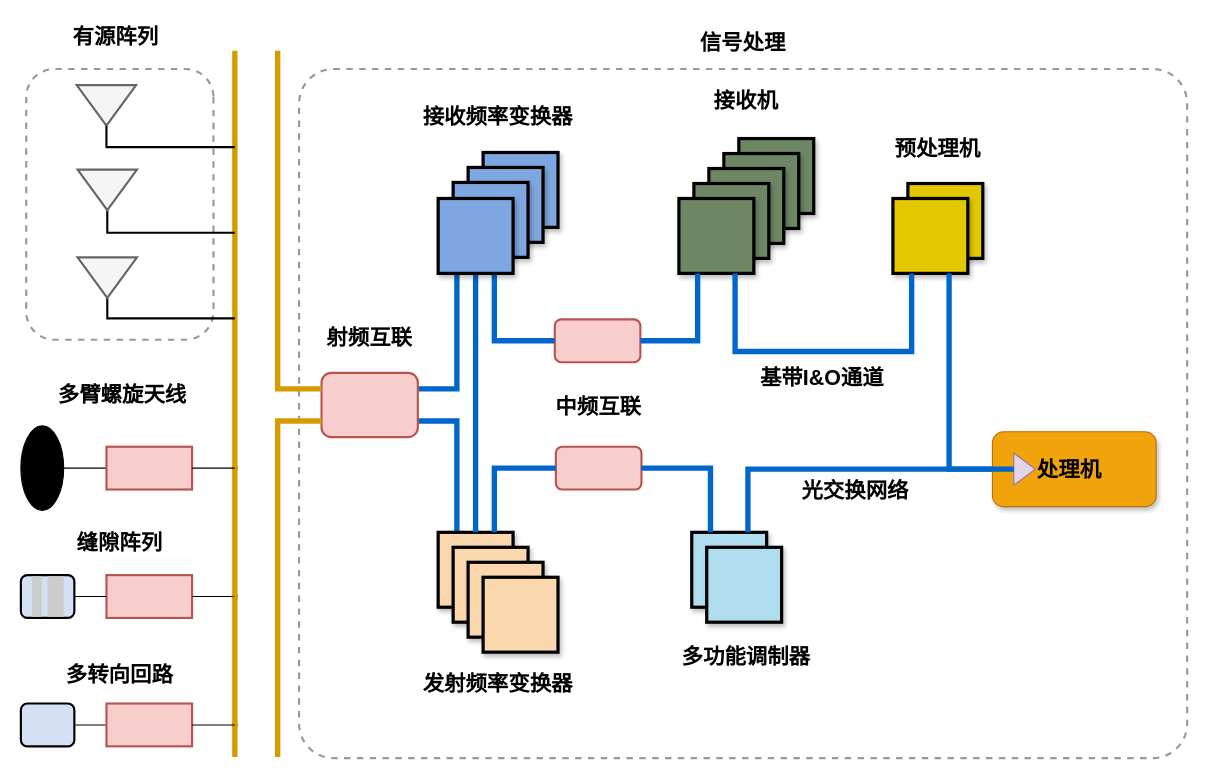
Before: 综合射频系统.drawio in debeetle/Drawio, a draw.io diagram. Source tidied: cells renumbered, new cells numbered last; positions are measured from the earlier drawing's top-left corner, leaving out a move shared by most shapes. Both pictures are drawn from the tidied source at 107%, with x=0, y=0 at pixel (20, 18).
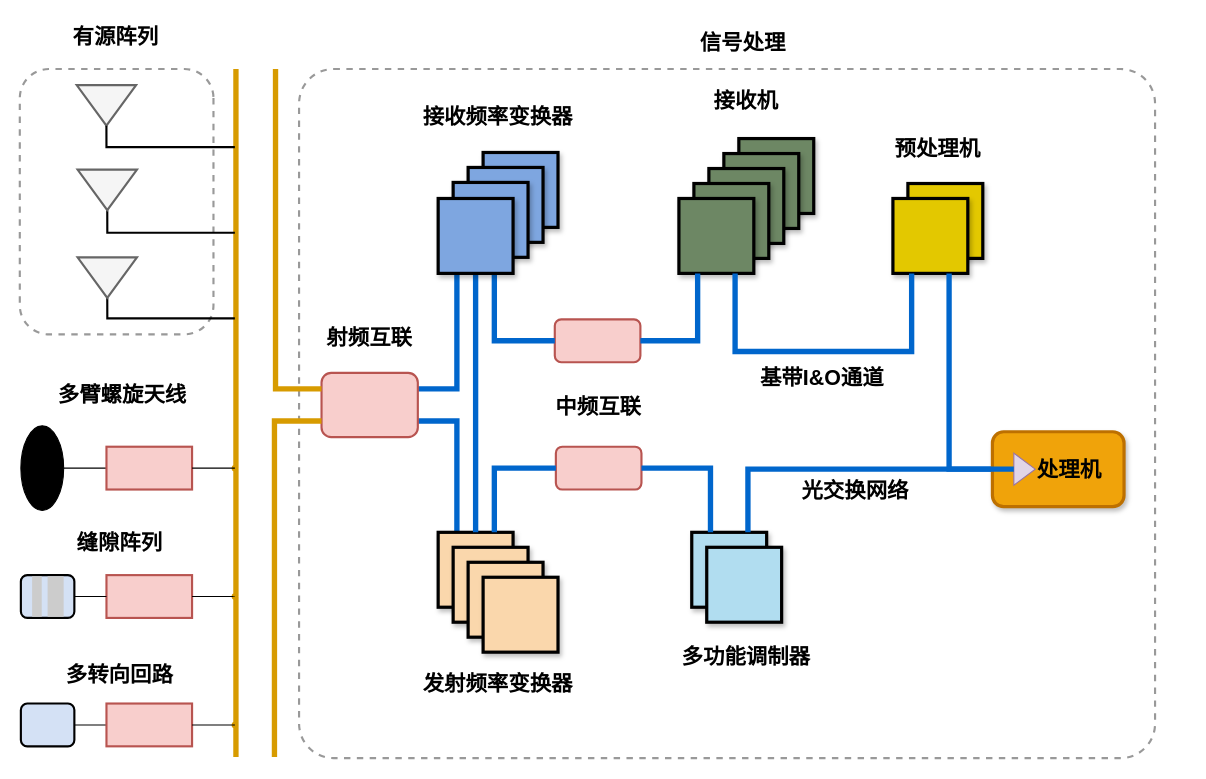
The same page after the edit.

Commit message (it also covers changes not shown here):
更新综合射频系统.drawio

Unchanged cells that the change refers to:
```xml
<mxCell id="9" style="rounded=1;fillColor=#f8cecc;strokeWidth=2;strokeColor=#b85450;fontFamily=simsun;labelBackgroundColor=none;fontSize=20;fontStyle=1;gradientColor=none;gradientDirection=east;glass=0;" parent="1" vertex="1">
  <mxGeometry x="281" y="331" width="90" height="60" as="geometry" />
</mxCell>
<mxCell id="63" style="shape=waypoint;sketch=0;fillStyle=solid;size=6;points=[];fillColor=#ffe6cc;perimeter=centerPerimeter;snapToPoint=1;strokeColor=#d79b00;fontFamily=simsun;labelBackgroundColor=none;fontSize=20;fontStyle=1;" parent="1" vertex="1">
  <mxGeometry x="190" y="530" width="20" height="20" as="geometry" />
</mxCell>
<mxCell id="68" style="shape=waypoint;sketch=0;fillStyle=solid;size=6;points=[];fillColor=#ffe6cc;perimeter=centerPerimeter;snapToPoint=1;strokeColor=#d79b00;fontFamily=simsun;labelBackgroundColor=none;fontSize=20;fontStyle=1;" parent="1" vertex="1">
  <mxGeometry x="190" y="410" width="20" height="20" as="geometry" />
</mxCell>
```

What changed in the source:
```diff
@@
     <mxCell id="2" style="rounded=1;whiteSpace=wrap;html=1;fillColor=none;arcSize=5;strokeWidth=2;dashed=1;fontSize=20;fontFamily=simsun;strokeColor=#999999;glass=0;labelBackgroundColor=none;fontStyle=1;" parent="1" vertex="1">
-      <mxGeometry x="260" y="47" width="830" height="644" as="geometry" />
+      <mxGeometry x="260" y="47" width="800" height="644" as="geometry" />
     </mxCell>
     <mxCell id="3" style="rounded=1;fillColor=none;direction=south;dashed=1;strokeWidth=2;strokeColor=#999999;glass=0;fontFamily=simsun;labelBackgroundColor=none;fontSize=20;fontStyle=1;" parent="1" vertex="1">
-      <mxGeometry x="5" y="47" width="175" height="253" as="geometry" />
+      <mxGeometry x="-1" y="47" width="181" height="248" as="geometry" />
     </mxCell>
@@
-    <mxCell id="11" style="endArrow=none;rounded=0;strokeWidth=5;strokeColor=#d79b00;fillColor=#ffe6cc;fontFamily=simsun;labelBackgroundColor=none;fontSize=20;fontStyle=1;" parent="1" edge="1" source="68">
+    <mxCell id="11" style="endArrow=none;rounded=0;strokeWidth=5;strokeColor=#d79b00;fillColor=#ffe6cc;fontFamily=simsun;labelBackgroundColor=none;fontSize=20;fontStyle=1;" parent="1" edge="1">
       <mxGeometry relative="1" as="geometry">
-        <mxPoint x="200" y="30" as="targetPoint" />
+        <mxPoint x="201" y="420" as="sourcePoint" />
+        <mxPoint x="201" y="47" as="targetPoint" />
       </mxGeometry>
     </mxCell>
@@
     <mxCell id="56" style="edgeStyle=segmentEdgeStyle;endArrow=none;curved=0;rounded=0;endSize=8;startSize=8;exitX=0;exitY=0.75;exitDx=0;exitDy=0;strokeWidth=5;strokeColor=#d79b00;endFill=0;fillColor=#ffe6cc;fontFamily=simsun;labelBackgroundColor=none;fontSize=20;fontStyle=1;" parent="1" edge="1" source="9">
       <mxGeometry relative="1" as="geometry">
-        <mxPoint x="240" y="690" as="targetPoint" />
+        <mxPoint x="237" y="690" as="targetPoint" />
       </mxGeometry>
     </mxCell>
     <mxCell id="57" style="edgeStyle=segmentEdgeStyle;endArrow=none;curved=0;rounded=0;endSize=8;startSize=8;strokeWidth=5;strokeColor=#d79b00;endFill=0;fillColor=#ffe6cc;fontFamily=simsun;labelBackgroundColor=none;fontSize=20;fontStyle=1;exitX=0;exitY=0.25;exitDx=0;exitDy=0;" parent="1" edge="1" source="9">
       <mxGeometry relative="1" as="geometry">
-        <mxPoint x="240" y="30" as="targetPoint" />
+        <mxPoint x="238" y="47" as="targetPoint" />
       </mxGeometry>
     </mxCell>
@@
-    <mxCell id="62" style="endArrow=none;rounded=0;strokeWidth=5;strokeColor=#d79b00;fillColor=#ffe6cc;fontFamily=simsun;labelBackgroundColor=none;fontSize=20;fontStyle=1;" parent="1" edge="1" target="63">
+    <mxCell id="62" style="endArrow=none;rounded=0;strokeWidth=5;strokeColor=#d79b00;fillColor=#ffe6cc;fontFamily=simsun;labelBackgroundColor=none;fontSize=20;fontStyle=1;" parent="1" edge="1">
       <mxGeometry relative="1" as="geometry">
-        <mxPoint x="200" y="690" as="sourcePoint" />
+        <mxPoint x="201" y="690" as="sourcePoint" />
+        <mxPoint x="201" y="540" as="targetPoint" />
       </mxGeometry>
     </mxCell>
@@
-    <mxCell id="67" style="endArrow=none;rounded=0;strokeWidth=5;strokeColor=#d79b00;fillColor=#ffe6cc;fontFamily=simsun;labelBackgroundColor=none;fontSize=20;fontStyle=1;" parent="1" edge="1" source="63" target="68">
-      <mxGeometry relative="1" as="geometry" />
+    <mxCell id="67" style="endArrow=none;rounded=0;strokeWidth=5;strokeColor=#d79b00;fillColor=#ffe6cc;fontFamily=simsun;labelBackgroundColor=none;fontSize=20;fontStyle=1;" parent="1" edge="1">
+      <mxGeometry relative="1" as="geometry">
+        <mxPoint x="201" y="540" as="sourcePoint" />
+        <mxPoint x="201" y="420" as="targetPoint" />
+      </mxGeometry>
     </mxCell>
@@
-    <mxCell id="78" value="&lt;blockquote style=&quot;margin: 0px 0px 0px 40px; border: none; padding: 0px; font-size: 20px;&quot;&gt;&lt;div style=&quot;font-size: 20px;&quot;&gt;&lt;span style=&quot;font-size: 20px; font-family: 宋体; background-color: initial;&quot;&gt;处理机&lt;/span&gt;&lt;/div&gt;&lt;/blockquote&gt;" style="html=1;whiteSpace=wrap;fillColor=#f0a30a;strokeColor=#BD7000;fontColor=#000000;fontFamily=simsun;align=left;verticalAlign=middle;fontStyle=1;fontSize=20;rounded=1;shadow=1;" parent="1" vertex="1">
-      <mxGeometry x="908" y="386" width="153" height="70" as="geometry" />
+    <mxCell id="78" value="&lt;blockquote style=&quot;margin: 0px 0px 0px 40px; border: none; padding: 0px; font-size: 20px;&quot;&gt;&lt;div style=&quot;font-size: 20px;&quot;&gt;&lt;span style=&quot;font-size: 20px; font-family: 宋体; background-color: initial;&quot;&gt;处理机&lt;/span&gt;&lt;/div&gt;&lt;/blockquote&gt;" style="html=1;whiteSpace=wrap;fillColor=#f0a30a;strokeColor=#BD7000;fontColor=#000000;fontFamily=simsun;align=left;verticalAlign=middle;fontStyle=1;fontSize=20;rounded=1;shadow=1;strokeWidth=3;" parent="1" vertex="1">
+      <mxGeometry x="908" y="386" width="123" height="70" as="geometry" />
     </mxCell>
```
